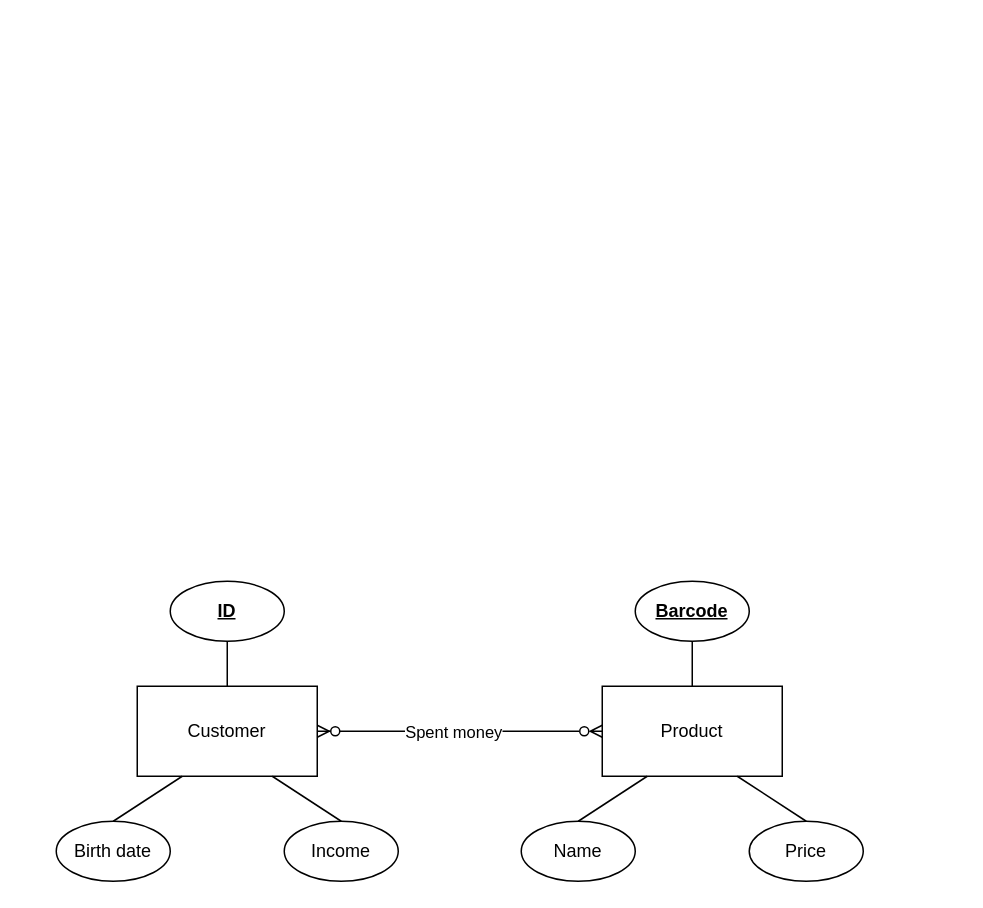
Before: erd.drawio in holden71/db_lab2_danylenko, a draw.io diagram. Source tidied: cells renumbered, new cells numbered last; positions are measured from the earlier drawing's top-left corner, leaving out a move shared by most shapes. Both pictures are drawn from the tidied source at 150%, with x=0, y=0 at pixel (56, 580).
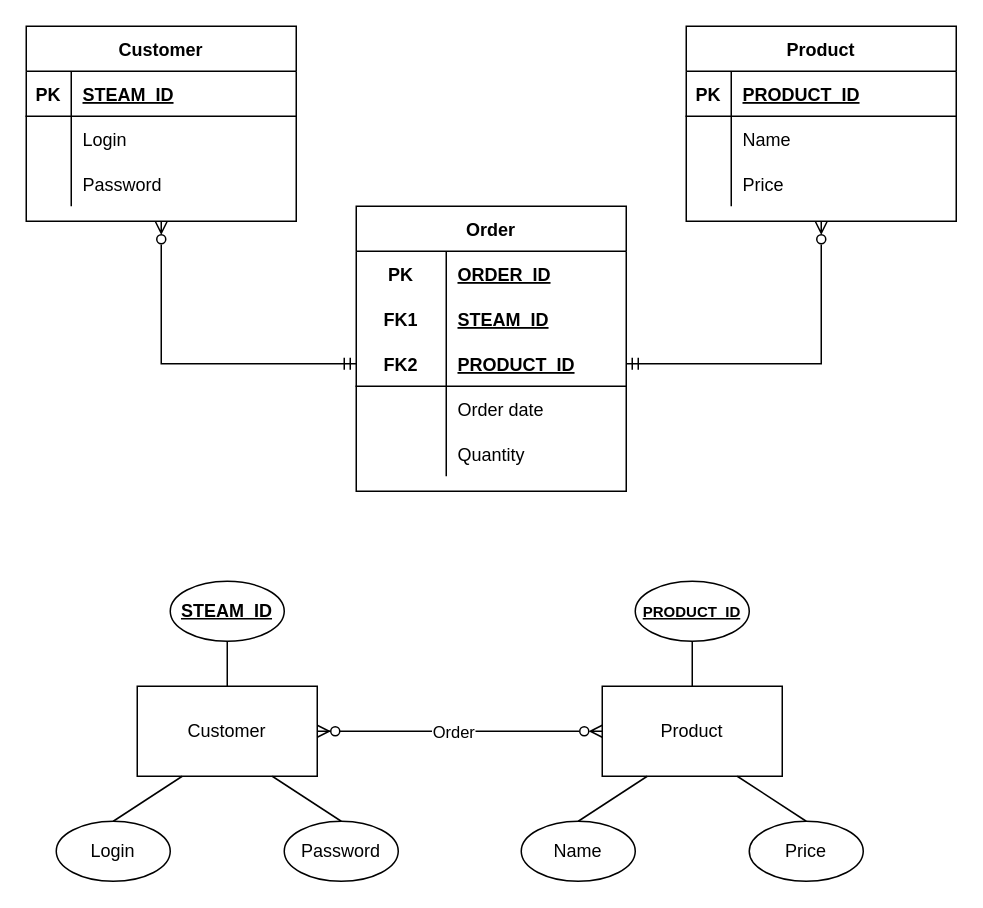
Above is the later version.

Unchanged cells that the change refers to:
```xml
<mxCell id="2" style="edgeStyle=orthogonalEdgeStyle;rounded=0;jettySize=auto;html=1;exitX=1;exitY=0.5;exitDx=0;exitDy=0;entryX=0;entryY=0.5;entryDx=0;entryDy=0;startArrow=ERzeroToMany;startFill=1;endArrow=ERzeroToMany;endFill=0;" parent="1" edge="1" source="4" target="6">
  <mxGeometry relative="1" as="geometry" />
</mxCell>
<mxCell id="4" value="Customer" style="rounded=0;whiteSpace=wrap;html=1;" parent="1" vertex="1">
  <mxGeometry x="54" y="70" width="120" height="60" as="geometry" />
</mxCell>
<mxCell id="6" value="Product" style="rounded=0;whiteSpace=wrap;html=1;" parent="1" vertex="1">
  <mxGeometry x="364" y="70" width="120" height="60" as="geometry" />
</mxCell>
```

What changed in the source:
```diff
@@
+    <mxCell id="18" style="edgeStyle=orthogonalEdgeStyle;rounded=0;jettySize=auto;html=1;startArrow=ERzeroToMany;startFill=0;endArrow=ERmandOne;endFill=0;entryX=1;entryY=0.5;entryDx=0;entryDy=0;" parent="1" edge="1" source="19" target="47">
+      <mxGeometry relative="1" as="geometry" />
+    </mxCell>
+    <mxCell id="19" value="Product" style="shape=table;startSize=30;childLayout=tableLayout;rowLines=0;fontStyle=1;align=center;" parent="1" vertex="1">
+      <mxGeometry x="420" y="-370" width="180" height="130" as="geometry" />
+    </mxCell>
+    <mxCell id="20" style="shape=partialRectangle;fillColor=none;top=0;left=0;bottom=1;right=0;" parent="19" vertex="1">
+      <mxGeometry y="30" width="180" height="30" as="geometry" />
+    </mxCell>
+    <mxCell id="21" value="PK" style="shape=partialRectangle;fillColor=none;top=0;left=0;bottom=0;right=0;fontStyle=1;overflow=hidden;" parent="20" vertex="1">
+      <mxGeometry width="30" height="30" as="geometry" />
+    </mxCell>
+    <mxCell id="22" value="PRODUCT_ID" style="shape=partialRectangle;fillColor=none;top=0;left=0;bottom=0;right=0;align=left;spacingLeft=6;fontStyle=5;overflow=hidden;" parent="20" vertex="1">
+      <mxGeometry x="30" width="150" height="30" as="geometry" />
+    </mxCell>
+    <mxCell id="23" style="shape=partialRectangle;fillColor=none;top=0;left=0;bottom=0;right=0;" parent="19" vertex="1">
+      <mxGeometry y="60" width="180" height="30" as="geometry" />
+    </mxCell>
+    <mxCell id="24" style="shape=partialRectangle;fillColor=none;top=0;left=0;bottom=0;right=0;overflow=hidden;" parent="23" vertex="1">
+      <mxGeometry width="30" height="30" as="geometry" />
+    </mxCell>
+    <mxCell id="25" value="Name" style="shape=partialRectangle;fillColor=none;top=0;left=0;bottom=0;right=0;align=left;spacingLeft=6;overflow=hidden;" parent="23" vertex="1">
+      <mxGeometry x="30" width="150" height="30" as="geometry" />
+    </mxCell>
+    <mxCell id="26" style="shape=partialRectangle;fillColor=none;top=0;left=0;bottom=0;right=0;" parent="19" vertex="1">
+      <mxGeometry y="90" width="180" height="30" as="geometry" />
+    </mxCell>
+    <mxCell id="27" style="shape=partialRectangle;fillColor=none;top=0;left=0;bottom=0;right=0;overflow=hidden;" parent="26" vertex="1">
+      <mxGeometry width="30" height="30" as="geometry" />
+    </mxCell>
+    <mxCell id="28" value="Price" style="shape=partialRectangle;fillColor=none;top=0;left=0;bottom=0;right=0;align=left;spacingLeft=6;overflow=hidden;" parent="26" vertex="1">
+      <mxGeometry x="30" width="150" height="30" as="geometry" />
+    </mxCell>
+    <mxCell id="29" style="edgeStyle=orthogonalEdgeStyle;rounded=0;jettySize=auto;html=1;entryX=0;entryY=0.5;entryDx=0;entryDy=0;endArrow=ERmandOne;endFill=0;startArrow=ERzeroToMany;startFill=0;" parent="1" edge="1" source="30" target="47">
+      <mxGeometry relative="1" as="geometry" />
+    </mxCell>
+    <mxCell id="30" value="Customer" style="shape=table;startSize=30;childLayout=tableLayout;rowLines=0;fontStyle=1;align=center;" parent="1" vertex="1">
+      <mxGeometry x="-20" y="-370" width="180" height="130" as="geometry" />
+    </mxCell>
+    <mxCell id="31" style="shape=partialRectangle;fillColor=none;top=0;left=0;bottom=1;right=0;" parent="30" vertex="1">
+      <mxGeometry y="30" width="180" height="30" as="geometry" />
+    </mxCell>
+    <mxCell id="32" value="PK" style="shape=partialRectangle;fillColor=none;top=0;left=0;bottom=0;right=0;fontStyle=1;overflow=hidden;" parent="31" vertex="1">
+      <mxGeometry width="30" height="30" as="geometry" />
+    </mxCell>
+    <mxCell id="33" value="STEAM_ID" style="shape=partialRectangle;fillColor=none;top=0;left=0;bottom=0;right=0;align=left;spacingLeft=6;fontStyle=5;overflow=hidden;" parent="31" vertex="1">
+      <mxGeometry x="30" width="150" height="30" as="geometry" />
+    </mxCell>
+    <mxCell id="34" style="shape=partialRectangle;fillColor=none;top=0;left=0;bottom=0;right=0;" parent="30" vertex="1">
+      <mxGeometry y="60" width="180" height="30" as="geometry" />
+    </mxCell>
+    <mxCell id="35" style="shape=partialRectangle;fillColor=none;top=0;left=0;bottom=0;right=0;overflow=hidden;" parent="34" vertex="1">
+      <mxGeometry width="30" height="30" as="geometry" />
+    </mxCell>
+    <mxCell id="36" value="Login" style="shape=partialRectangle;fillColor=none;top=0;left=0;bottom=0;right=0;align=left;spacingLeft=6;overflow=hidden;" parent="34" vertex="1">
+      <mxGeometry x="30" width="150" height="30" as="geometry" />
+    </mxCell>
+    <mxCell id="37" style="shape=partialRectangle;fillColor=none;top=0;left=0;bottom=0;right=0;" parent="30" vertex="1">
+      <mxGeometry y="90" width="180" height="30" as="geometry" />
+    </mxCell>
+    <mxCell id="38" style="shape=partialRectangle;fillColor=none;top=0;left=0;bottom=0;right=0;overflow=hidden;" parent="37" vertex="1">
+      <mxGeometry width="30" height="30" as="geometry" />
+    </mxCell>
+    <mxCell id="39" value="Password" style="shape=partialRectangle;fillColor=none;top=0;left=0;bottom=0;right=0;align=left;spacingLeft=6;overflow=hidden;" parent="37" vertex="1">
+      <mxGeometry x="30" width="150" height="30" as="geometry" />
+    </mxCell>
+    <mxCell id="40" value="Order" style="shape=table;startSize=30;childLayout=tableLayout;rowLines=0;fontStyle=1;align=center;comic=0;" parent="1" vertex="1">
+      <mxGeometry x="200" y="-250" width="180" height="190" as="geometry" />
+    </mxCell>
+    <mxCell id="41" style="shape=partialRectangle;fillColor=none;top=0;left=0;bottom=0;right=0;comic=0;" parent="40" vertex="1">
+      <mxGeometry y="30" width="180" height="30" as="geometry" />
+    </mxCell>
+    <mxCell id="42" value="PK" style="shape=partialRectangle;fillColor=none;top=0;left=0;bottom=0;right=0;fontStyle=1;overflow=hidden;comic=0;" parent="41" vertex="1">
+      <mxGeometry width="60" height="30" as="geometry" />
+    </mxCell>
+    <mxCell id="43" value="ORDER_ID" style="shape=partialRectangle;fillColor=none;top=0;left=0;bottom=0;right=0;align=left;spacingLeft=6;fontStyle=5;overflow=hidden;comic=0;" parent="41" vertex="1">
+      <mxGeometry x="60" width="120" height="30" as="geometry" />
+    </mxCell>
+    <mxCell id="44" style="shape=partialRectangle;fillColor=none;top=0;left=0;bottom=0;right=0;comic=0;" parent="40" vertex="1">
+      <mxGeometry y="60" width="180" height="30" as="geometry" />
+    </mxCell>
+    <mxCell id="45" value="FK1" style="shape=partialRectangle;fillColor=none;top=0;left=0;bottom=0;right=0;fontStyle=1;overflow=hidden;comic=0;" parent="44" vertex="1">
+      <mxGeometry width="60" height="30" as="geometry" />
+    </mxCell>
+    <mxCell id="46" value="STEAM_ID" style="shape=partialRectangle;fillColor=none;top=0;left=0;bottom=0;right=0;align=left;spacingLeft=6;fontStyle=5;overflow=hidden;comic=0;" parent="44" vertex="1">
+      <mxGeometry x="60" width="120" height="30" as="geometry" />
+    </mxCell>
+    <mxCell id="47" style="shape=partialRectangle;fillColor=none;top=0;left=0;bottom=1;right=0;points=[[0,0.5],[1,0.5]];portConstraint=eastwest;comic=0;" parent="40" vertex="1">
+      <mxGeometry y="90" width="180" height="30" as="geometry" />
+    </mxCell>
+    <mxCell id="48" value="FK2" style="shape=partialRectangle;fillColor=none;top=0;left=0;bottom=0;right=0;fontStyle=1;overflow=hidden;comic=0;" parent="47" vertex="1">
+      <mxGeometry width="60" height="30" as="geometry" />
+    </mxCell>
+    <mxCell id="49" value="PRODUCT_ID" style="shape=partialRectangle;fillColor=none;top=0;left=0;bottom=0;right=0;align=left;spacingLeft=6;fontStyle=5;overflow=hidden;comic=0;" parent="47" vertex="1">
+      <mxGeometry x="60" width="120" height="30" as="geometry" />
+    </mxCell>
+    <mxCell id="50" style="shape=partialRectangle;fillColor=none;top=0;left=0;bottom=0;right=0;comic=0;" parent="40" vertex="1">
+      <mxGeometry y="120" width="180" height="30" as="geometry" />
+    </mxCell>
+    <mxCell id="51" style="shape=partialRectangle;fillColor=none;top=0;left=0;bottom=0;right=0;overflow=hidden;comic=0;" parent="50" vertex="1">
+      <mxGeometry width="60" height="30" as="geometry" />
+    </mxCell>
+    <mxCell id="52" value="Order date" style="shape=partialRectangle;fillColor=none;top=0;left=0;bottom=0;right=0;align=left;spacingLeft=6;overflow=hidden;comic=0;" parent="50" vertex="1">
+      <mxGeometry x="60" width="120" height="30" as="geometry" />
+    </mxCell>
+    <mxCell id="53" style="shape=partialRectangle;fillColor=none;top=0;left=0;bottom=0;right=0;comic=0;" parent="40" vertex="1">
+      <mxGeometry y="150" width="180" height="30" as="geometry" />
+    </mxCell>
+    <mxCell id="54" style="shape=partialRectangle;fillColor=none;top=0;left=0;bottom=0;right=0;overflow=hidden;comic=0;" parent="53" vertex="1">
+      <mxGeometry width="60" height="30" as="geometry" />
+    </mxCell>
+    <mxCell id="55" value="Quantity" style="shape=partialRectangle;fillColor=none;top=0;left=0;bottom=0;right=0;align=left;spacingLeft=6;overflow=hidden;comic=0;" parent="53" vertex="1">
+      <mxGeometry x="60" width="120" height="30" as="geometry" />
+    </mxCell>
@@
-    <mxCell id="3" value="Spent money" style="edgeLabel;html=1;align=center;verticalAlign=middle;" parent="2" vertex="1">
-      <mxGeometry x="-0.12" relative="1" as="geometry">
-        <mxPoint x="6" as="offset" />
-      </mxGeometry>
-    </mxCell>
+    <mxCell id="56" value="Order" style="edgeLabel;html=1;align=center;verticalAlign=middle;" parent="2" vertex="1">
+      <mxGeometry x="-0.12" relative="1" as="geometry">
+        <mxPoint x="6" as="offset" />
+      </mxGeometry>
+    </mxCell>
@@
-    <mxCell id="5" style="edgeStyle=orthogonalEdgeStyle;rounded=0;jettySize=auto;html=1;entryX=0.5;entryY=1;entryDx=0;entryDy=0;startArrow=none;startFill=0;endArrow=none;endFill=0;" parent="1" edge="1" source="6" target="7">
-      <mxGeometry relative="1" as="geometry" />
-    </mxCell>
+    <mxCell id="57" style="edgeStyle=orthogonalEdgeStyle;rounded=0;jettySize=auto;html=1;entryX=0.5;entryY=1;entryDx=0;entryDy=0;startArrow=none;startFill=0;endArrow=none;endFill=0;" parent="1" edge="1" source="6" target="58">
+      <mxGeometry relative="1" as="geometry" />
+    </mxCell>
@@
-    <mxCell id="7" value="&lt;b&gt;&lt;u&gt;Barcode&lt;/u&gt;&lt;/b&gt;" style="ellipse;whiteSpace=wrap;html=1;" parent="1" vertex="1">
-      <mxGeometry x="386" width="76" height="40" as="geometry" />
-    </mxCell>
+    <mxCell id="58" value="&lt;b style=&quot;font-size: 10px;&quot;&gt;&lt;u style=&quot;font-size: 10px;&quot;&gt;PRODUCT_ID&lt;/u&gt;&lt;/b&gt;" style="ellipse;whiteSpace=wrap;html=1;fontSize=10;" parent="1" vertex="1">
+      <mxGeometry x="386" width="76" height="40" as="geometry" />
+    </mxCell>
@@
-    <mxCell id="10" style="edgeStyle=orthogonalEdgeStyle;rounded=0;jettySize=auto;html=1;entryX=0.5;entryY=1;entryDx=0;entryDy=0;startArrow=none;startFill=0;endArrow=none;endFill=0;exitX=0.5;exitY=0;exitDx=0;exitDy=0;" parent="1" edge="1" source="4" target="11">
-      <mxGeometry relative="1" as="geometry" />
-    </mxCell>
-    <mxCell id="11" value="&lt;b&gt;&lt;u&gt;ID&lt;/u&gt;&lt;/b&gt;" style="ellipse;whiteSpace=wrap;html=1;" parent="1" vertex="1">
-      <mxGeometry x="76" width="76" height="40" as="geometry" />
-    </mxCell>
+    <mxCell id="59" style="edgeStyle=orthogonalEdgeStyle;rounded=0;jettySize=auto;html=1;entryX=0.5;entryY=1;entryDx=0;entryDy=0;startArrow=none;startFill=0;endArrow=none;endFill=0;exitX=0.5;exitY=0;exitDx=0;exitDy=0;" parent="1" edge="1" source="4" target="60">
+      <mxGeometry relative="1" as="geometry" />
+    </mxCell>
+    <mxCell id="60" value="&lt;b&gt;&lt;u&gt;STEAM_ID&lt;/u&gt;&lt;/b&gt;" style="ellipse;whiteSpace=wrap;html=1;" parent="1" vertex="1">
+      <mxGeometry x="76" width="76" height="40" as="geometry" />
+    </mxCell>
@@
-    <mxCell id="14" value="Birth date" style="ellipse;whiteSpace=wrap;html=1;" parent="1" vertex="1">
-      <mxGeometry y="160" width="76" height="40" as="geometry" />
-    </mxCell>
-    <mxCell id="15" value="Income" style="ellipse;whiteSpace=wrap;html=1;" parent="1" vertex="1">
-      <mxGeometry x="152" y="160" width="76" height="40" as="geometry" />
-    </mxCell>
-    <mxCell id="16" style="rounded=0;jettySize=auto;html=1;entryX=0.25;entryY=1;entryDx=0;entryDy=0;startArrow=none;startFill=0;endArrow=none;endFill=0;exitX=0.5;exitY=0;exitDx=0;exitDy=0;" parent="1" edge="1" source="14" target="4">
-      <mxGeometry relative="1" as="geometry" />
-    </mxCell>
-    <mxCell id="17" style="rounded=0;jettySize=auto;html=1;startArrow=none;startFill=0;endArrow=none;endFill=0;exitX=0.5;exitY=0;exitDx=0;exitDy=0;" parent="1" edge="1" source="15">
-      <mxGeometry relative="1" as="geometry">
-        <mxPoint x="144" y="130" as="targetPoint" />
-      </mxGeometry>
-    </mxCell>
+    <mxCell id="61" value="Login" style="ellipse;whiteSpace=wrap;html=1;" parent="1" vertex="1">
+      <mxGeometry y="160" width="76" height="40" as="geometry" />
+    </mxCell>
+    <mxCell id="62" value="Password" style="ellipse;whiteSpace=wrap;html=1;" parent="1" vertex="1">
+      <mxGeometry x="152" y="160" width="76" height="40" as="geometry" />
+    </mxCell>
+    <mxCell id="63" style="rounded=0;jettySize=auto;html=1;entryX=0.25;entryY=1;entryDx=0;entryDy=0;startArrow=none;startFill=0;endArrow=none;endFill=0;exitX=0.5;exitY=0;exitDx=0;exitDy=0;" parent="1" edge="1" source="61" target="4">
+      <mxGeometry relative="1" as="geometry" />
+    </mxCell>
+    <mxCell id="64" style="rounded=0;jettySize=auto;html=1;startArrow=none;startFill=0;endArrow=none;endFill=0;exitX=0.5;exitY=0;exitDx=0;exitDy=0;" parent="1" edge="1" source="62">
+      <mxGeometry relative="1" as="geometry">
+        <mxPoint x="144" y="130" as="targetPoint" />
+      </mxGeometry>
+    </mxCell>
```
